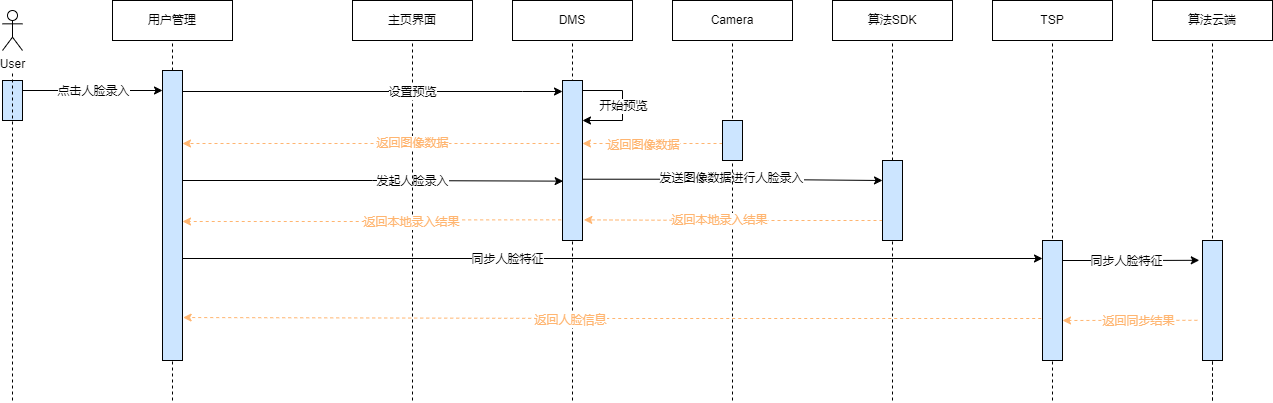
Earlier version of the draw.io export x9hp/人脸录入时序图.png (notigit/Image). Source tidied: cells renumbered, new cells last; positions are measured from the earlier drawing's top-left corner, leaving out a move shared by most shapes.
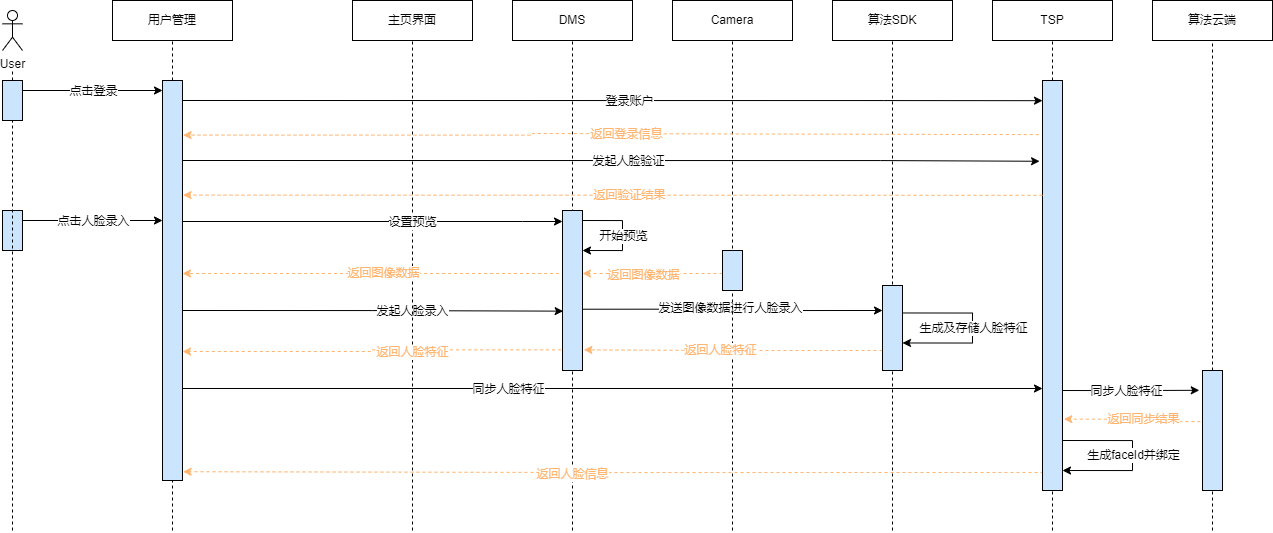
Above is the later version.

Commit message:
更新人脸录入时序图.png

What changed in the source:
```diff
@@ -12,20 +12,21 @@
       <mxGeometry y="10" width="20" height="40" as="geometry" />
     </mxCell>
     <mxCell id="5" style="rounded=0;whiteSpace=wrap;html=1;fillColor=#CCE5FF;" parent="1" vertex="1">
-      <mxGeometry y="80" width="20" height="40" as="geometry" />
+      <mxGeometry y="210" width="20" height="40" as="geometry" />
     </mxCell>
-    <mxCell id="6" style="endArrow=none;dashed=1;html=1;rounded=0;" parent="1" edge="1">
+    <mxCell id="6" style="endArrow=none;dashed=1;html=1;rounded=0;startArrow=none;" parent="1" edge="1" source="55">
       <mxGeometry relative="1" as="geometry">
-        <mxPoint x="10" y="400" as="sourcePoint" />
         <mxPoint x="10" y="70" as="targetPoint" />
       </mxGeometry>
     </mxCell>
-    <mxCell id="7" style="endArrow=none;dashed=1;html=1;rounded=0;startArrow=none;entryX=0.5;entryY=1;entryDx=0;entryDy=0;" parent="1" edge="1" source="51" target="2">
-      <mxGeometry relative="1" as="geometry" />
+    <mxCell id="7" style="endArrow=none;dashed=1;html=1;rounded=0;startArrow=none;entryX=0.5;entryY=1;entryDx=0;entryDy=0;" parent="1" edge="1" target="2">
+      <mxGeometry relative="1" as="geometry">
+        <mxPoint x="170" y="530" as="sourcePoint" />
+      </mxGeometry>
     </mxCell>
     <mxCell id="8" style="edgeStyle=orthogonalEdgeStyle;rounded=0;jettySize=auto;html=1;entryX=0.033;entryY=0.629;entryDx=0;entryDy=0;entryPerimeter=0;fontColor=#FFB570;strokeColor=#000000;exitX=1;exitY=0.25;exitDx=0;exitDy=0;" parent="1" edge="1" target="27">
       <mxGeometry relative="1" as="geometry">
-        <mxPoint x="180" y="180" as="sourcePoint" />
+        <mxPoint x="180" y="310" as="sourcePoint" />
       </mxGeometry>
     </mxCell>
     <mxCell id="9" value="发起人脸录入" style="edgeLabel;html=1;align=center;verticalAlign=middle;fontColor=#000000;" parent="8" vertex="1">
@@ -35,8 +36,8 @@
     </mxCell>
     <mxCell id="10" style="edgeStyle=orthogonalEdgeStyle;rounded=0;orthogonalLoop=1;jettySize=auto;html=1;fontColor=#000000;strokeColor=#000000;" parent="1" edge="1">
       <mxGeometry relative="1" as="geometry">
-        <mxPoint x="180" y="258" as="sourcePoint" />
-        <mxPoint x="1040" y="258" as="targetPoint" />
+        <mxPoint x="180" y="388" as="sourcePoint" />
+        <mxPoint x="1040" y="388" as="targetPoint" />
       </mxGeometry>
     </mxCell>
     <mxCell id="11" value="同步人脸特征" style="edgeLabel;html=1;align=center;verticalAlign=middle;fontColor=#000000;" parent="10" vertex="1">
@@ -46,12 +47,12 @@
     </mxCell>
     <mxCell id="12" style="endArrow=none;dashed=1;html=1;rounded=0;startArrow=none;entryX=0.5;entryY=1;entryDx=0;entryDy=0;" parent="1" edge="1" target="3">
       <mxGeometry relative="1" as="geometry">
-        <mxPoint x="1050" y="400" as="sourcePoint" />
+        <mxPoint x="1050" y="530" as="sourcePoint" />
       </mxGeometry>
     </mxCell>
     <mxCell id="13" style="edgeStyle=orthogonalEdgeStyle;rounded=0;jettySize=auto;html=1;entryX=-0.16;entryY=0.165;entryDx=0;entryDy=0;fontColor=#000000;strokeColor=#000000;entryPerimeter=0;" parent="1" edge="1" target="45">
       <mxGeometry relative="1" as="geometry">
-        <mxPoint x="1050" y="260" as="sourcePoint" />
+        <mxPoint x="1050" y="390" as="sourcePoint" />
       </mxGeometry>
     </mxCell>
     <mxCell id="14" value="同步人脸特征" style="edgeLabel;html=1;align=center;verticalAlign=middle;fontColor=#000000;" parent="13" vertex="1">
@@ -59,13 +60,10 @@
         <mxPoint x="20" y="3" as="offset" />
       </mxGeometry>
     </mxCell>
-    <mxCell id="15" style="rounded=0;whiteSpace=wrap;html=1;fillColor=#CCE5FF;" parent="1" vertex="1">
-      <mxGeometry x="1040" y="240" width="20" height="120" as="geometry" />
-    </mxCell>
     <mxCell id="16" style="endArrow=classic;html=1;rounded=0;" parent="1" edge="1">
       <mxGeometry relative="1" as="geometry">
-        <mxPoint x="20" y="90" as="sourcePoint" />
-        <mxPoint x="160" y="90" as="targetPoint" />
+        <mxPoint x="20" y="220" as="sourcePoint" />
+        <mxPoint x="160" y="220" as="targetPoint" />
       </mxGeometry>
     </mxCell>
     <mxCell id="17" style="edgeLabel;html=1;align=center;verticalAlign=middle;fillColor=#CCE5FF;fontSize=2;" parent="16" vertex="1">
@@ -83,7 +81,7 @@
     </mxCell>
     <mxCell id="20" style="endArrow=none;dashed=1;html=1;rounded=0;startArrow=none;entryX=0.5;entryY=1;entryDx=0;entryDy=0;" parent="1" edge="1" target="19">
       <mxGeometry relative="1" as="geometry">
-        <mxPoint x="410" y="400" as="sourcePoint" />
+        <mxPoint x="410" y="530" as="sourcePoint" />
       </mxGeometry>
     </mxCell>
     <mxCell id="21" value="DMS" style="rounded=0;whiteSpace=wrap;html=1;" parent="1" vertex="1">
@@ -91,14 +89,14 @@
     </mxCell>
     <mxCell id="22" style="endArrow=none;dashed=1;html=1;rounded=0;startArrow=none;entryX=0.5;entryY=1;entryDx=0;entryDy=0;" parent="1" edge="1" target="21">
       <mxGeometry relative="1" as="geometry">
-        <mxPoint x="570" y="400" as="sourcePoint" />
+        <mxPoint x="570" y="530" as="sourcePoint" />
       </mxGeometry>
     </mxCell>
-    <mxCell id="23" style="edgeStyle=orthogonalEdgeStyle;rounded=0;jettySize=auto;html=1;exitX=0;exitY=0.75;exitDx=0;exitDy=0;dashed=1;fontColor=#FFB570;strokeColor=#FFB570;" parent="1" edge="1" source="27">
+    <mxCell id="23" style="edgeStyle=orthogonalEdgeStyle;rounded=0;jettySize=auto;html=1;exitX=0.01;exitY=0.408;exitDx=0;exitDy=0;dashed=1;fontColor=#FFB570;strokeColor=#FFB570;exitPerimeter=0;" parent="1" edge="1" source="27">
       <mxGeometry relative="1" as="geometry">
-        <mxPoint x="180" y="143" as="targetPoint" />
+        <mxPoint x="180" y="273" as="targetPoint" />
         <Array as="points">
-          <mxPoint x="180" y="143" />
+          <mxPoint x="560" y="273" />
         </Array>
       </mxGeometry>
     </mxCell>
@@ -107,8 +105,10 @@
         <mxPoint x="-2" as="offset" />
       </mxGeometry>
     </mxCell>
-    <mxCell id="25" style="edgeStyle=orthogonalEdgeStyle;rounded=0;jettySize=auto;html=1;exitX=0.967;exitY=0.617;exitDx=0;exitDy=0;fontColor=#FFB570;strokeColor=#000000;entryX=0;entryY=0.25;entryDx=0;entryDy=0;exitPerimeter=0;" parent="1" edge="1" source="27" target="41">
-      <mxGeometry relative="1" as="geometry" />
+    <mxCell id="25" style="edgeStyle=orthogonalEdgeStyle;rounded=0;jettySize=auto;html=1;exitX=0.967;exitY=0.617;exitDx=0;exitDy=0;fontColor=#FFB570;strokeColor=#000000;entryX=0;entryY=0.25;entryDx=0;entryDy=0;exitPerimeter=0;" parent="1" edge="1" source="27">
+      <mxGeometry relative="1" as="geometry">
+        <mxPoint x="880" y="310" as="targetPoint" />
+      </mxGeometry>
     </mxCell>
     <mxCell id="26" value="发送图像数据进行人脸录入" style="edgeLabel;html=1;align=center;verticalAlign=middle;fontColor=#000000;" parent="25" vertex="1">
       <mxGeometry x="-0.14" y="1" relative="1" as="geometry">
@@ -116,23 +116,23 @@
       </mxGeometry>
     </mxCell>
     <mxCell id="27" style="rounded=0;whiteSpace=wrap;html=1;fillColor=#CCE5FF;" parent="1" vertex="1">
-      <mxGeometry x="560" y="80" width="20" height="160" as="geometry" />
+      <mxGeometry x="560" y="210" width="20" height="160" as="geometry" />
     </mxCell>
     <mxCell id="28" value="Camera" style="rounded=0;whiteSpace=wrap;html=1;" parent="1" vertex="1">
       <mxGeometry x="670" width="120" height="40" as="geometry" />
     </mxCell>
     <mxCell id="29" style="endArrow=none;dashed=1;html=1;rounded=0;startArrow=none;entryX=0.5;entryY=1;entryDx=0;entryDy=0;" parent="1" edge="1" target="28">
       <mxGeometry relative="1" as="geometry">
-        <mxPoint x="730" y="400" as="sourcePoint" />
+        <mxPoint x="730" y="530" as="sourcePoint" />
       </mxGeometry>
     </mxCell>
     <mxCell id="30" style="edgeStyle=orthogonalEdgeStyle;rounded=0;orthogonalLoop=1;jettySize=auto;html=1;dashed=1;strokeColor=#FFB570;" parent="1" edge="1">
       <mxGeometry relative="1" as="geometry">
-        <mxPoint x="720" y="143" as="sourcePoint" />
-        <mxPoint x="580" y="143" as="targetPoint" />
+        <mxPoint x="720" y="273" as="sourcePoint" />
+        <mxPoint x="580" y="273" as="targetPoint" />
         <Array as="points">
-          <mxPoint x="640" y="143" />
-          <mxPoint x="640" y="143" />
+          <mxPoint x="640" y="273" />
+          <mxPoint x="640" y="273" />
         </Array>
       </mxGeometry>
     </mxCell>
@@ -140,15 +140,15 @@
       <mxGeometry x="0.14" y="1" relative="1" as="geometry" />
     </mxCell>
     <mxCell id="32" style="rounded=0;whiteSpace=wrap;html=1;fillColor=#CCE5FF;" parent="1" vertex="1">
-      <mxGeometry x="720" y="120" width="20" height="40" as="geometry" />
+      <mxGeometry x="720" y="250" width="20" height="40" as="geometry" />
     </mxCell>
     <mxCell id="33" style="endArrow=classic;html=1;rounded=0;fontSize=11;edgeStyle=orthogonalEdgeStyle;" parent="1" edge="1">
       <mxGeometry relative="1" as="geometry">
-        <mxPoint x="580" y="90" as="sourcePoint" />
-        <mxPoint x="580" y="120" as="targetPoint" />
+        <mxPoint x="580" y="220" as="sourcePoint" />
+        <mxPoint x="580" y="250" as="targetPoint" />
         <Array as="points">
-          <mxPoint x="620" y="90" />
-          <mxPoint x="620" y="120" />
+          <mxPoint x="620" y="220" />
+          <mxPoint x="620" y="250" />
         </Array>
       </mxGeometry>
     </mxCell>
@@ -158,8 +158,10 @@
     <mxCell id="35" value="算法SDK" style="rounded=0;whiteSpace=wrap;html=1;" parent="1" vertex="1">
       <mxGeometry x="830" width="120" height="40" as="geometry" />
     </mxCell>
-    <mxCell id="36" style="endArrow=none;dashed=1;html=1;rounded=0;startArrow=none;entryX=0.5;entryY=1;entryDx=0;entryDy=0;" parent="1" edge="1" source="41" target="35">
-      <mxGeometry relative="1" as="geometry" />
+    <mxCell id="36" style="endArrow=none;dashed=1;html=1;rounded=0;startArrow=none;entryX=0.5;entryY=1;entryDx=0;entryDy=0;" parent="1" edge="1" target="35">
+      <mxGeometry relative="1" as="geometry">
+        <mxPoint x="890" y="290" as="sourcePoint" />
+      </mxGeometry>
     </mxCell>
     <mxCell id="37" value="算法云端" style="rounded=0;whiteSpace=wrap;html=1;" parent="1" vertex="1">
       <mxGeometry x="1150" width="120" height="40" as="geometry" />
@@ -169,51 +171,51 @@
         <mxPoint x="1210" y="400" as="sourcePoint" />
       </mxGeometry>
     </mxCell>
-    <mxCell id="39" style="edgeStyle=orthogonalEdgeStyle;rounded=0;jettySize=auto;html=1;exitX=0;exitY=0.75;exitDx=0;exitDy=0;entryX=1.067;entryY=0.871;entryDx=0;entryDy=0;entryPerimeter=0;fontColor=#000000;strokeColor=#FFB570;dashed=1;" parent="1" edge="1" source="41" target="27">
-      <mxGeometry relative="1" as="geometry" />
+    <mxCell id="39" style="edgeStyle=orthogonalEdgeStyle;rounded=0;jettySize=auto;html=1;exitX=0;exitY=0.75;exitDx=0;exitDy=0;entryX=1.067;entryY=0.871;entryDx=0;entryDy=0;entryPerimeter=0;fontColor=#000000;strokeColor=#FFB570;dashed=1;" parent="1" edge="1" target="27">
+      <mxGeometry relative="1" as="geometry">
+        <mxPoint x="880" y="350" as="sourcePoint" />
+      </mxGeometry>
     </mxCell>
-    <mxCell id="40" value="返回本地录入结果" style="edgeLabel;html=1;align=center;verticalAlign=middle;fontColor=#FFB570;" parent="39" vertex="1">
+    <mxCell id="40" value="返回人脸特征" style="edgeLabel;html=1;align=center;verticalAlign=middle;fontColor=#FFB570;" parent="39" vertex="1">
       <mxGeometry x="0.1" relative="1" as="geometry" />
     </mxCell>
-    <mxCell id="41" style="rounded=0;whiteSpace=wrap;html=1;fillColor=#CCE5FF;" parent="1" vertex="1">
-      <mxGeometry x="880" y="160" width="20" height="80" as="geometry" />
-    </mxCell>
-    <mxCell id="42" style="endArrow=none;dashed=1;html=1;rounded=0;startArrow=none;entryX=0.5;entryY=1;entryDx=0;entryDy=0;" parent="1" edge="1" target="41">
+    <mxCell id="42" style="endArrow=none;dashed=1;html=1;rounded=0;startArrow=none;entryX=0.5;entryY=1;entryDx=0;entryDy=0;" parent="1" edge="1">
       <mxGeometry relative="1" as="geometry">
-        <mxPoint x="890" y="400" as="sourcePoint" />
+        <mxPoint x="890" y="530" as="sourcePoint" />
+        <mxPoint x="890" y="370" as="targetPoint" />
       </mxGeometry>
     </mxCell>
     <mxCell id="43" style="edgeStyle=orthogonalEdgeStyle;rounded=0;jettySize=auto;html=1;exitX=-0.067;exitY=0.871;exitDx=0;exitDy=0;fontColor=#000000;strokeColor=#FFB570;dashed=1;exitPerimeter=0;" parent="1" edge="1" source="27">
       <mxGeometry relative="1" as="geometry">
-        <mxPoint x="180" y="221" as="targetPoint" />
+        <mxPoint x="180" y="351" as="targetPoint" />
       </mxGeometry>
     </mxCell>
-    <mxCell id="44" value="返回本地录入结果" style="edgeLabel;html=1;align=center;verticalAlign=middle;fontColor=#FFB570;" parent="43" vertex="1">
+    <mxCell id="44" value="返回人脸特征" style="edgeLabel;html=1;align=center;verticalAlign=middle;fontColor=#FFB570;" parent="43" vertex="1">
       <mxGeometry x="0.1" relative="1" as="geometry">
         <mxPoint x="57" as="offset" />
       </mxGeometry>
     </mxCell>
     <mxCell id="45" style="rounded=0;whiteSpace=wrap;html=1;fillColor=#CCE5FF;" parent="1" vertex="1">
-      <mxGeometry x="1200" y="240" width="20" height="120" as="geometry" />
+      <mxGeometry x="1200" y="370" width="20" height="120" as="geometry" />
     </mxCell>
     <mxCell id="46" style="endArrow=none;dashed=1;html=1;rounded=0;startArrow=none;entryX=0.5;entryY=1;entryDx=0;entryDy=0;" parent="1" edge="1" target="45">
       <mxGeometry relative="1" as="geometry">
-        <mxPoint x="1210" y="400" as="sourcePoint" />
+        <mxPoint x="1210" y="530" as="sourcePoint" />
       </mxGeometry>
     </mxCell>
-    <mxCell id="47" style="edgeStyle=orthogonalEdgeStyle;rounded=0;jettySize=auto;html=1;exitX=-0.255;exitY=0.665;exitDx=0;exitDy=0;fontColor=#000000;strokeColor=#FFB570;dashed=1;exitPerimeter=0;" parent="1" edge="1" source="45">
-      <mxGeometry relative="1" as="geometry">
-        <mxPoint x="1060" y="320" as="targetPoint" />
-      </mxGeometry>
+    <mxCell id="47" style="edgeStyle=orthogonalEdgeStyle;rounded=0;jettySize=auto;html=1;exitX=-0.108;exitY=0.426;exitDx=0;exitDy=0;fontColor=#000000;strokeColor=#FFB570;dashed=1;exitPerimeter=0;entryX=1.069;entryY=0.826;entryDx=0;entryDy=0;entryPerimeter=0;" parent="1" edge="1" source="45" target="61">
+      <mxGeometry relative="1" as="geometry" />
     </mxCell>
     <mxCell id="48" value="返回同步结果" style="edgeLabel;html=1;align=center;verticalAlign=middle;fontColor=#FFB570;" parent="47" vertex="1">
       <mxGeometry x="0.1" relative="1" as="geometry">
         <mxPoint x="17" as="offset" />
       </mxGeometry>
     </mxCell>
-    <mxCell id="49" style="edgeStyle=orthogonalEdgeStyle;rounded=0;jettySize=auto;html=1;fontSize=11;dashed=1;fillColor=#FFF2CC;strokeColor=#FFB570;entryX=1.031;entryY=0.821;entryDx=0;entryDy=0;entryPerimeter=0;exitX=-0.064;exitY=0.65;exitDx=0;exitDy=0;exitPerimeter=0;" parent="1" edge="1" source="15">
+    <mxCell id="49" style="edgeStyle=orthogonalEdgeStyle;rounded=0;jettySize=auto;html=1;fontSize=11;dashed=1;fillColor=#FFF2CC;strokeColor=#FFB570;entryX=1.029;entryY=0.978;entryDx=0;entryDy=0;exitX=0.049;exitY=0.956;exitDx=0;exitDy=0;exitPerimeter=0;entryPerimeter=0;" parent="1" edge="1" source="61" target="60">
       <mxGeometry relative="1" as="geometry">
-        <mxPoint x="180.6" y="317" as="targetPoint" />
+        <Array as="points">
+          <mxPoint x="610" y="471" />
+        </Array>
       </mxGeometry>
     </mxCell>
     <mxCell id="50" value="返回人脸信息" style="edgeLabel;html=1;align=center;verticalAlign=middle;fontSize=11;fillColor=#FFB570;fontColor=#FFB570;" parent="49" vertex="1">
@@ -221,20 +223,12 @@
         <mxPoint x="-110" as="offset" />
       </mxGeometry>
     </mxCell>
-    <mxCell id="51" style="rounded=0;whiteSpace=wrap;html=1;fillColor=#CCE5FF;" parent="1" vertex="1">
-      <mxGeometry x="160" y="70" width="20" height="290" as="geometry" />
-    </mxCell>
-    <mxCell id="52" style="endArrow=none;dashed=1;html=1;rounded=0;startArrow=none;entryX=0.5;entryY=1;entryDx=0;entryDy=0;" parent="1" edge="1" target="51">
-      <mxGeometry relative="1" as="geometry">
-        <mxPoint x="170" y="400" as="sourcePoint" />
-      </mxGeometry>
-    </mxCell>
     <mxCell id="53" style="edgeStyle=orthogonalEdgeStyle;rounded=0;orthogonalLoop=1;jettySize=auto;html=1;fontColor=#FFB570;strokeColor=#000000;" parent="1" edge="1">
       <mxGeometry relative="1" as="geometry">
-        <mxPoint x="180" y="91" as="sourcePoint" />
-        <mxPoint x="560" y="91" as="targetPoint" />
+        <mxPoint x="180" y="221" as="sourcePoint" />
+        <mxPoint x="560" y="221" as="targetPoint" />
         <Array as="points">
-          <mxPoint x="520" y="91" />
+          <mxPoint x="520" y="221" />
         </Array>
       </mxGeometry>
     </mxCell>
@@ -243,5 +237,118 @@
         <mxPoint x="56" as="offset" />
       </mxGeometry>
     </mxCell>
+    <mxCell id="55" style="rounded=0;whiteSpace=wrap;html=1;fillColor=#CCE5FF;" parent="1" vertex="1">
+      <mxGeometry y="80" width="20" height="40" as="geometry" />
+    </mxCell>
+    <mxCell id="56" style="endArrow=none;dashed=1;html=1;rounded=0;" parent="1" edge="1" target="55">
+      <mxGeometry relative="1" as="geometry">
+        <mxPoint x="10" y="530" as="sourcePoint" />
+      </mxGeometry>
+    </mxCell>
+    <mxCell id="57" style="endArrow=classic;html=1;rounded=0;exitX=1;exitY=0.25;exitDx=0;exitDy=0;" parent="1" edge="1" source="55">
+      <mxGeometry relative="1" as="geometry">
+        <mxPoint x="160" y="90" as="targetPoint" />
+      </mxGeometry>
+    </mxCell>
+    <mxCell id="58" style="edgeLabel;html=1;align=center;verticalAlign=middle;fillColor=#CCE5FF;fontSize=2;" parent="57" vertex="1">
+      <mxGeometry relative="1" as="geometry">
+        <mxPoint x="20" as="offset" />
+      </mxGeometry>
+    </mxCell>
+    <mxCell id="59" value="点击登录" style="edgeLabel;html=1;align=center;verticalAlign=middle;fontSize=6;" parent="57" vertex="1">
+      <mxGeometry x="-0.15" relative="1" as="geometry">
+        <mxPoint x="10" as="offset" />
+      </mxGeometry>
+    </mxCell>
+    <mxCell id="60" style="rounded=0;whiteSpace=wrap;html=1;fillColor=#CCE5FF;" parent="1" vertex="1">
+      <mxGeometry x="160" y="80" width="20" height="400" as="geometry" />
+    </mxCell>
+    <mxCell id="61" style="rounded=0;whiteSpace=wrap;html=1;fillColor=#CCE5FF;" parent="1" vertex="1">
+      <mxGeometry x="1040" y="80" width="20" height="410" as="geometry" />
+    </mxCell>
+    <mxCell id="62" style="edgeStyle=orthogonalEdgeStyle;rounded=0;jettySize=auto;html=1;exitX=-0.186;exitY=0.132;exitDx=0;exitDy=0;fontColor=#000000;strokeColor=#FFB570;dashed=1;entryX=1.029;entryY=0.184;entryDx=0;entryDy=0;entryPerimeter=0;exitPerimeter=0;" parent="1" edge="1" source="61">
+      <mxGeometry relative="1" as="geometry">
+        <mxPoint x="180.6" y="134.6" as="targetPoint" />
+        <Array as="points">
+          <mxPoint x="530" y="133" />
+          <mxPoint x="530" y="135" />
+        </Array>
+      </mxGeometry>
+    </mxCell>
+    <mxCell id="63" value="返回登录信息" style="edgeLabel;html=1;align=center;verticalAlign=middle;fontColor=#FFB570;" parent="62" vertex="1">
+      <mxGeometry x="0.1" relative="1" as="geometry">
+        <mxPoint x="57" as="offset" />
+      </mxGeometry>
+    </mxCell>
+    <mxCell id="64" style="edgeStyle=orthogonalEdgeStyle;rounded=0;jettySize=auto;html=1;fontColor=#FFB570;strokeColor=#000000;entryX=-0.147;entryY=0.197;entryDx=0;entryDy=0;entryPerimeter=0;" parent="1" edge="1" target="61">
+      <mxGeometry relative="1" as="geometry">
+        <mxPoint x="180" y="160" as="sourcePoint" />
+        <Array as="points">
+          <mxPoint x="878" y="160" />
+        </Array>
+      </mxGeometry>
+    </mxCell>
+    <mxCell id="65" value="发起人脸验证" style="edgeLabel;html=1;align=center;verticalAlign=middle;fontColor=#000000;" parent="64" vertex="1">
+      <mxGeometry x="-0.09" relative="1" as="geometry">
+        <mxPoint x="56" as="offset" />
+      </mxGeometry>
+    </mxCell>
+    <mxCell id="66" style="edgeStyle=orthogonalEdgeStyle;rounded=0;jettySize=auto;html=1;exitX=0;exitY=0.28;exitDx=0;exitDy=0;fontColor=#000000;strokeColor=#FFB570;dashed=1;entryX=1.029;entryY=0.184;entryDx=0;entryDy=0;entryPerimeter=0;exitPerimeter=0;" parent="1" edge="1" source="61">
+      <mxGeometry relative="1" as="geometry">
+        <mxPoint x="180.6" y="194.6" as="targetPoint" />
+        <Array as="points">
+          <mxPoint x="790" y="195" />
+          <mxPoint x="790" y="195" />
+        </Array>
+      </mxGeometry>
+    </mxCell>
+    <mxCell id="67" value="返回验证结果" style="edgeLabel;html=1;align=center;verticalAlign=middle;fontColor=#FFB570;" parent="66" vertex="1">
+      <mxGeometry x="0.1" relative="1" as="geometry">
+        <mxPoint x="57" as="offset" />
+      </mxGeometry>
+    </mxCell>
+    <mxCell id="68" style="edgeStyle=orthogonalEdgeStyle;rounded=0;orthogonalLoop=1;jettySize=auto;html=1;fontColor=#FFB570;strokeColor=#000000;entryX=-0.147;entryY=0.197;entryDx=0;entryDy=0;entryPerimeter=0;" parent="1" edge="1">
+      <mxGeometry relative="1" as="geometry">
+        <mxPoint x="180" y="100" as="sourcePoint" />
+        <mxPoint x="1040" y="100.2" as="targetPoint" />
+        <Array as="points">
+          <mxPoint x="880.9" y="99.4" />
+        </Array>
+      </mxGeometry>
+    </mxCell>
+    <mxCell id="69" value="登录账户" style="edgeLabel;html=1;align=center;verticalAlign=middle;fontColor=#000000;" parent="68" vertex="1">
+      <mxGeometry x="-0.09" relative="1" as="geometry">
+        <mxPoint x="56" as="offset" />
+      </mxGeometry>
+    </mxCell>
+    <mxCell id="70" style="rounded=0;whiteSpace=wrap;html=1;fillColor=#CCE5FF;" parent="1" vertex="1">
+      <mxGeometry x="880" y="285" width="20" height="85" as="geometry" />
+    </mxCell>
+    <mxCell id="71" style="endArrow=classic;html=1;rounded=0;fontSize=11;edgeStyle=orthogonalEdgeStyle;" parent="1" edge="1">
+      <mxGeometry relative="1" as="geometry">
+        <mxPoint x="900" y="312.5" as="sourcePoint" />
+        <mxPoint x="900" y="342.5" as="targetPoint" />
+        <Array as="points">
+          <mxPoint x="970" y="313" />
+          <mxPoint x="970" y="343" />
+        </Array>
+      </mxGeometry>
+    </mxCell>
+    <mxCell id="72" value="生成及存储人脸特征" style="edgeLabel;html=1;align=center;verticalAlign=middle;fontSize=11;fillColor=#CCE5FF;" parent="71" vertex="1">
+      <mxGeometry relative="1" as="geometry" />
+    </mxCell>
+    <mxCell id="73" style="endArrow=classic;html=1;rounded=0;fontSize=11;edgeStyle=orthogonalEdgeStyle;" parent="1" edge="1">
+      <mxGeometry relative="1" as="geometry">
+        <mxPoint x="1060" y="440" as="sourcePoint" />
+        <mxPoint x="1060" y="470" as="targetPoint" />
+        <Array as="points">
+          <mxPoint x="1130" y="440.5" />
+          <mxPoint x="1130" y="470.5" />
+        </Array>
+      </mxGeometry>
+    </mxCell>
+    <mxCell id="74" value="生成faceId并绑定" style="edgeLabel;html=1;align=center;verticalAlign=middle;fontSize=11;fillColor=#CCE5FF;" parent="73" vertex="1">
+      <mxGeometry relative="1" as="geometry" />
+    </mxCell>
   </root>
 </mxGraphModel>
```
